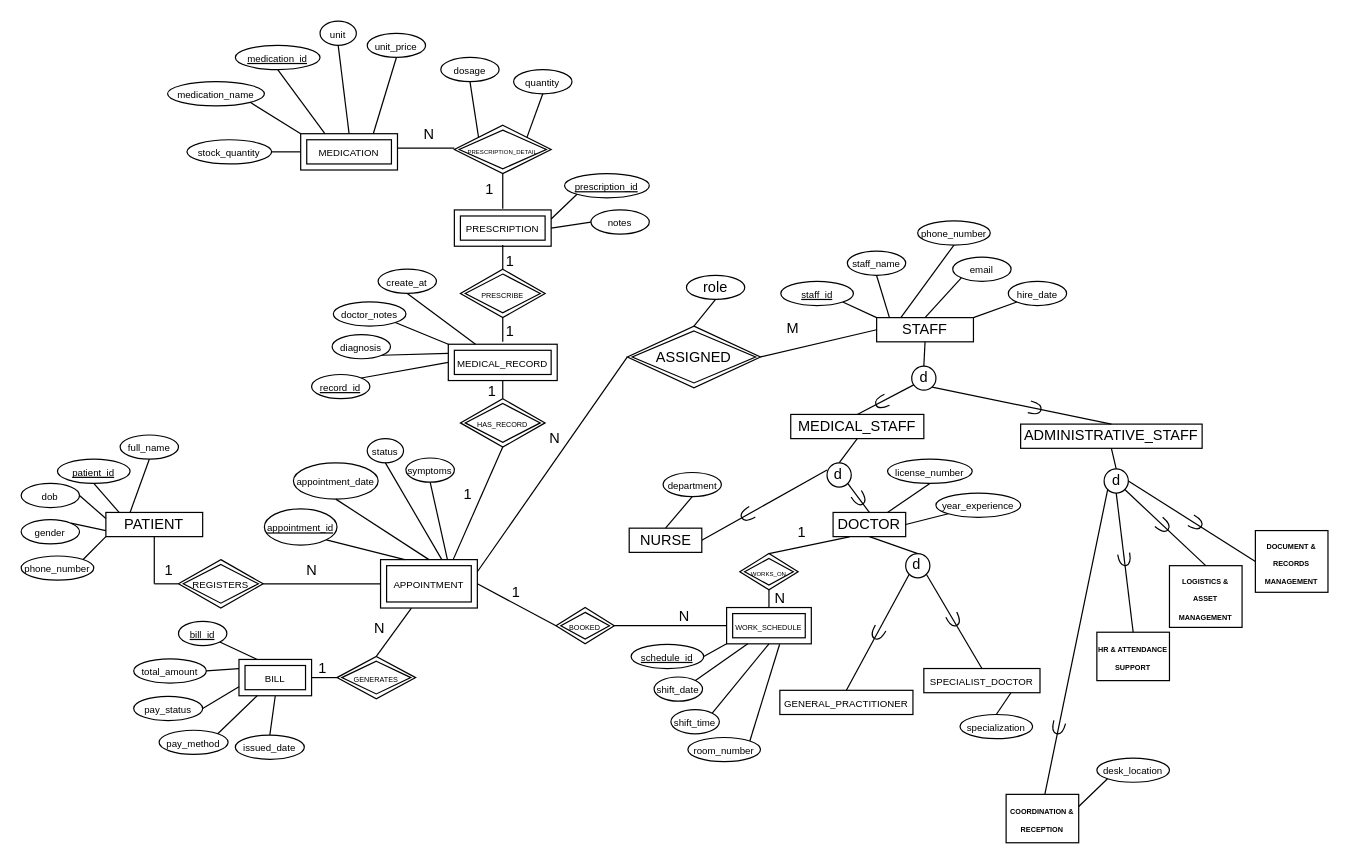
Before: Telemedicine_EERD.drawio in Cinzogoni/Database_Telemedicine, a draw.io diagram. Source tidied: cells renumbered, new cells numbered last; positions are measured from the earlier drawing's top-left corner, leaving out a move shared by most shapes. Both pictures are drawn from the tidied source at 121%, with x=0, y=0 at pixel (21, 21).
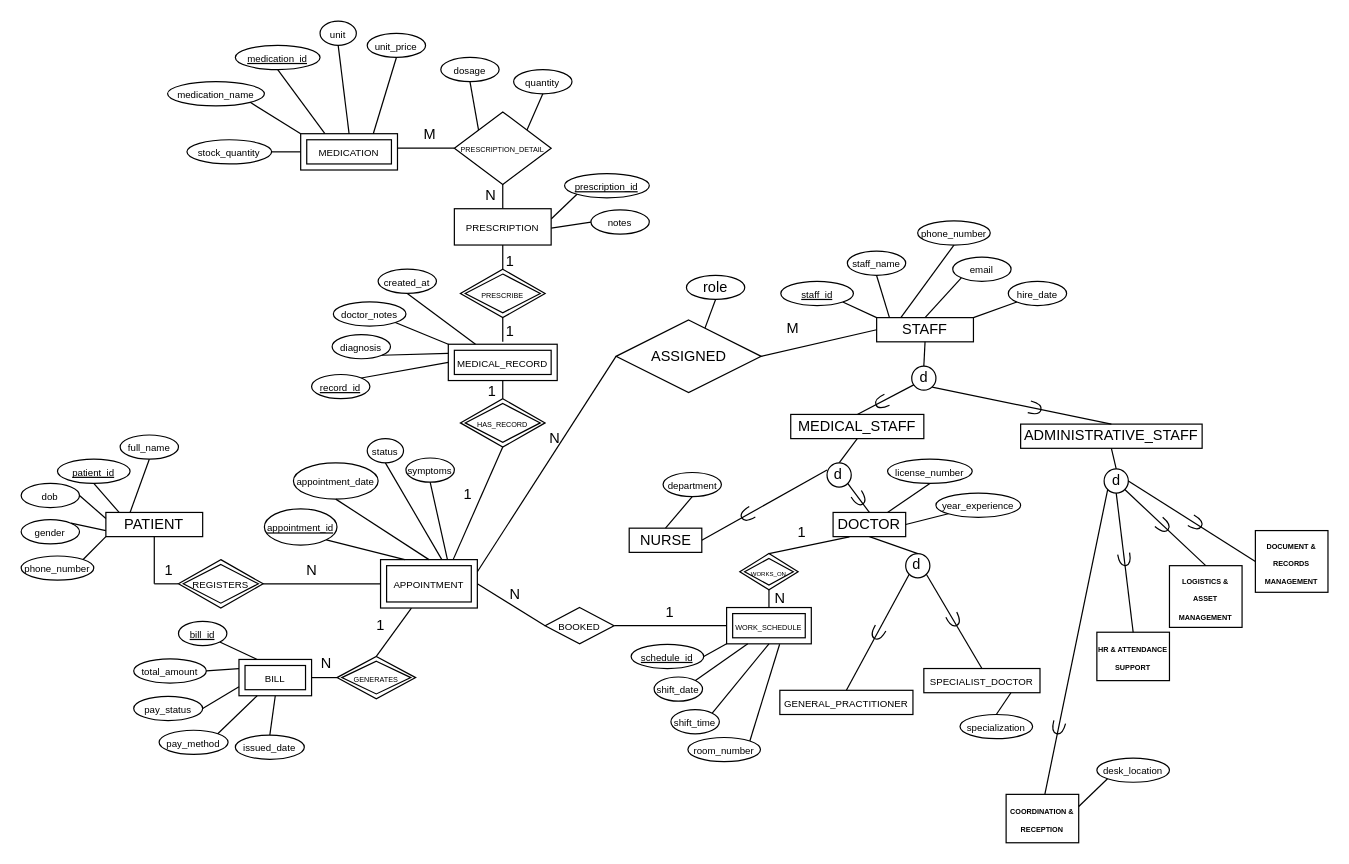
The same page after the edit.

Commit message (it also covers changes not shown here):
EERD_FIX-RS_FIX-DataAnalysis_FIX-01

The change refers to these unchanged cells:
```xml
<mxCell id="59" value="&lt;font style=&quot;font-size: 6px;&quot;&gt;WORK_SCHEDULE&lt;/font&gt;" style="shape=ext;margin=3;double=1;whiteSpace=wrap;html=1;align=center;" parent="1" vertex="1">
  <mxGeometry x="583" y="484.6" width="70" height="30" as="geometry" />
</mxCell>
<mxCell id="134" value="&lt;font style=&quot;font-size: 8px;&quot;&gt;prescription_id&lt;/font&gt;" style="ellipse;whiteSpace=wrap;html=1;align=center;fontStyle=4;" parent="1" vertex="1">
  <mxGeometry x="449.1" y="126" width="70" height="20" as="geometry" />
</mxCell>
<mxCell id="135" value="&lt;font style=&quot;font-size: 8px;&quot;&gt;notes&lt;/font&gt;" style="ellipse;whiteSpace=wrap;html=1;align=center;" parent="1" vertex="1">
  <mxGeometry x="470.9" y="156" width="48.2" height="20" as="geometry" />
</mxCell>
<mxCell id="176" value="role" style="ellipse;whiteSpace=wrap;html=1;align=center;" parent="1" vertex="1">
  <mxGeometry x="549.8" y="210" width="48.2" height="20" as="geometry" />
</mxCell>
```

The edit, as a diff of the source:
```diff
@@
-    <mxCell id="51" value="&lt;font style=&quot;font-size: 8px;&quot;&gt;PRESCRIPTION&lt;/font&gt;" style="shape=ext;margin=3;double=1;whiteSpace=wrap;html=1;align=center;" parent="1" vertex="1">
-      <mxGeometry x="358" y="156" width="80" height="30" as="geometry" />
-    </mxCell>
@@
-    <mxCell id="60" value="&lt;font style=&quot;font-size: 6px;&quot;&gt;BOOKED&lt;/font&gt;" style="shape=rhombus;double=1;perimeter=rhombusPerimeter;whiteSpace=wrap;html=1;align=center;" parent="1" vertex="1">
-      <mxGeometry x="442" y="484.6" width="48.2" height="30" as="geometry" />
-    </mxCell>
@@
-    <mxCell id="63" style="endArrow=none;html=1;rounded=0;defaultLabelBackgroundColor=page;entryX=0;entryY=0.5;entryDx=0;entryDy=0;exitX=1;exitY=0.5;exitDx=0;exitDy=0;" parent="1" edge="1" source="60" target="59">
-      <mxGeometry relative="1" as="geometry" />
+    <mxCell id="63" style="endArrow=none;html=1;rounded=0;defaultLabelBackgroundColor=page;entryX=0;entryY=0.5;entryDx=0;entryDy=0;exitX=1;exitY=0.5;exitDx=0;exitDy=0;" parent="1" edge="1" target="59">
+      <mxGeometry relative="1" as="geometry">
+        <mxPoint x="490.2" y="499.6" as="sourcePoint" />
+      </mxGeometry>
     </mxCell>
@@
-    <mxCell id="72" value="&lt;font style=&quot;font-size: 5px;&quot;&gt;PRESCRIPTION_DETAIL&lt;/font&gt;" style="shape=rhombus;double=1;perimeter=rhombusPerimeter;whiteSpace=wrap;html=1;align=center;" parent="1" vertex="1">
-      <mxGeometry x="358" y="86" width="80" height="40" as="geometry" />
-    </mxCell>
@@
     <mxCell id="77" value="N" style="text;strokeColor=none;fillColor=none;spacingLeft=4;spacingRight=4;overflow=hidden;fontSize=12;whiteSpace=wrap;html=1;" parent="1" vertex="1">
-      <mxGeometry x="538" y="477.8" width="20" height="30" as="geometry" />
+      <mxGeometry x="398" y="459.9" width="20" height="30" as="geometry" />
     </mxCell>
@@
-    <mxCell id="83" value="1" style="text;strokeColor=none;fillColor=none;spacingLeft=4;spacingRight=4;overflow=hidden;fontSize=12;whiteSpace=wrap;html=1;" parent="1" vertex="1">
-      <mxGeometry x="378" y="125" width="40" height="30" as="geometry" />
+    <mxCell id="83" value="N" style="text;strokeColor=none;fillColor=none;spacingLeft=4;spacingRight=4;overflow=hidden;fontSize=12;whiteSpace=wrap;html=1;" parent="1" vertex="1">
+      <mxGeometry x="378" y="130" width="40" height="30" as="geometry" />
     </mxCell>
-    <mxCell id="84" value="N" style="text;strokeColor=none;fillColor=none;spacingLeft=4;spacingRight=4;overflow=hidden;fontSize=12;whiteSpace=wrap;html=1;" parent="1" vertex="1">
+    <mxCell id="84" value="M" style="text;strokeColor=none;fillColor=none;spacingLeft=4;spacingRight=4;overflow=hidden;fontSize=12;whiteSpace=wrap;html=1;" parent="1" vertex="1">
       <mxGeometry x="327" y="80" width="40" height="30" as="geometry" />
     </mxCell>
     <mxCell id="85" value="1" style="text;strokeColor=none;fillColor=none;spacingLeft=4;spacingRight=4;overflow=hidden;fontSize=12;whiteSpace=wrap;html=1;" parent="1" vertex="1">
-      <mxGeometry x="240" y="521" width="40" height="30" as="geometry" />
+      <mxGeometry x="288.2" y="486" width="40" height="30" as="geometry" />
     </mxCell>
     <mxCell id="86" value="N" style="text;strokeColor=none;fillColor=none;spacingLeft=4;spacingRight=4;overflow=hidden;fontSize=12;whiteSpace=wrap;html=1;" parent="1" vertex="1">
-      <mxGeometry x="286" y="487.8" width="40" height="30" as="geometry" />
+      <mxGeometry x="242" y="517" width="40" height="30" as="geometry" />
     </mxCell>
@@
-    <mxCell id="131" value="&lt;font style=&quot;font-size: 8px;&quot;&gt;create_at&lt;/font&gt;" style="ellipse;whiteSpace=wrap;html=1;align=center;" parent="1" vertex="1">
+    <mxCell id="131" value="&lt;font style=&quot;font-size: 8px;&quot;&gt;created_at&lt;/font&gt;" style="ellipse;whiteSpace=wrap;html=1;align=center;" parent="1" vertex="1">
       <mxGeometry x="295" y="205" width="48.2" height="20" as="geometry" />
     </mxCell>
@@
-    <mxCell id="136" style="endArrow=none;html=1;rounded=0;defaultLabelBackgroundColor=page;exitX=1;exitY=0.5;exitDx=0;exitDy=0;entryX=0;entryY=0.5;entryDx=0;entryDy=0;" parent="1" edge="1" source="51" target="135">
-      <mxGeometry relative="1" as="geometry" />
+    <mxCell id="136" style="endArrow=none;html=1;rounded=0;defaultLabelBackgroundColor=page;exitX=1;exitY=0.5;exitDx=0;exitDy=0;entryX=0;entryY=0.5;entryDx=0;entryDy=0;" parent="1" edge="1" target="135">
+      <mxGeometry relative="1" as="geometry">
+        <mxPoint x="438" y="171" as="sourcePoint" />
+      </mxGeometry>
     </mxCell>
-    <mxCell id="137" style="endArrow=none;html=1;rounded=0;defaultLabelBackgroundColor=page;entryX=0;entryY=1;entryDx=0;entryDy=0;exitX=1;exitY=0.25;exitDx=0;exitDy=0;" parent="1" edge="1" source="51" target="134">
-      <mxGeometry relative="1" as="geometry" />
+    <mxCell id="137" style="endArrow=none;html=1;rounded=0;defaultLabelBackgroundColor=page;entryX=0;entryY=1;entryDx=0;entryDy=0;exitX=1;exitY=0.25;exitDx=0;exitDy=0;" parent="1" edge="1" target="134">
+      <mxGeometry relative="1" as="geometry">
+        <mxPoint x="438" y="163.5" as="sourcePoint" />
+      </mxGeometry>
     </mxCell>
@@
     <mxCell id="170" value="1" style="text;strokeColor=none;fillColor=none;spacingLeft=4;spacingRight=4;overflow=hidden;fontSize=12;whiteSpace=wrap;html=1;" parent="1" vertex="1">
-      <mxGeometry x="400" y="457.8" width="20" height="30" as="geometry" />
+      <mxGeometry x="527" y="475" width="20" height="30" as="geometry" />
     </mxCell>
-    <mxCell id="171" value="ASSIGNED" style="shape=rhombus;double=1;perimeter=rhombusPerimeter;whiteSpace=wrap;html=1;align=center;" parent="1" vertex="1">
-      <mxGeometry x="501" y="252" width="110" height="51" as="geometry" />
-    </mxCell>
@@
-    <mxCell id="177" style="endArrow=none;html=1;rounded=0;defaultLabelBackgroundColor=page;entryX=0.5;entryY=1;entryDx=0;entryDy=0;exitX=0.5;exitY=0;exitDx=0;exitDy=0;" parent="1" edge="1" source="171" target="176">
+    <mxCell id="177" style="endArrow=none;html=1;rounded=0;defaultLabelBackgroundColor=page;entryX=0.5;entryY=1;entryDx=0;entryDy=0;exitX=0.612;exitY=0.115;exitDx=0;exitDy=0;exitPerimeter=0;" parent="1" edge="1" source="171" target="176">
       <mxGeometry relative="1" as="geometry" />
     </mxCell>
+    <mxCell id="60" value="&lt;font style=&quot;font-size: 8px;&quot;&gt;BOOKED&lt;/font&gt;" style="shape=rhombus;perimeter=rhombusPerimeter;whiteSpace=wrap;html=1;align=center;" parent="1" vertex="1">
+      <mxGeometry x="433" y="484.6" width="57" height="30" as="geometry" />
+    </mxCell>
+    <mxCell id="51" value="&lt;span style=&quot;font-size: 8px;&quot;&gt;PRESCRIPTION&lt;/span&gt;" style="whiteSpace=wrap;html=1;align=center;" parent="1" vertex="1">
+      <mxGeometry x="358" y="155" width="80" height="30" as="geometry" />
+    </mxCell>
+    <mxCell id="72" value="&lt;font style=&quot;font-size: 6px;&quot;&gt;PRESCRIPTION_DETAIL&lt;/font&gt;" style="shape=rhombus;perimeter=rhombusPerimeter;whiteSpace=wrap;html=1;align=center;" parent="1" vertex="1">
+      <mxGeometry x="358" y="75" width="80" height="60" as="geometry" />
+    </mxCell>
+    <mxCell id="171" value="ASSIGNED" style="shape=rhombus;perimeter=rhombusPerimeter;whiteSpace=wrap;html=1;align=center;" parent="1" vertex="1">
+      <mxGeometry x="491.6" y="247" width="120" height="60" as="geometry" />
+    </mxCell>
```
